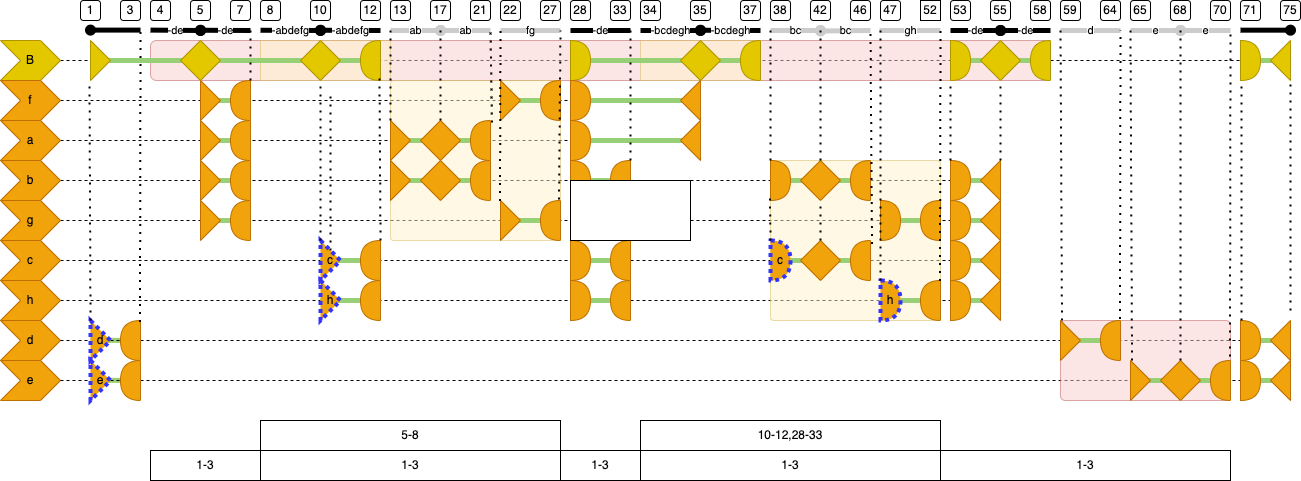
Before: tf/docs/images/variants/result.png, a diagram exported from draw.io (annotation/text-fabric). Source tidied: cells renumbered, new cells last; positions are measured from the earlier drawing's top-left corner, leaving out a move shared by most shapes.
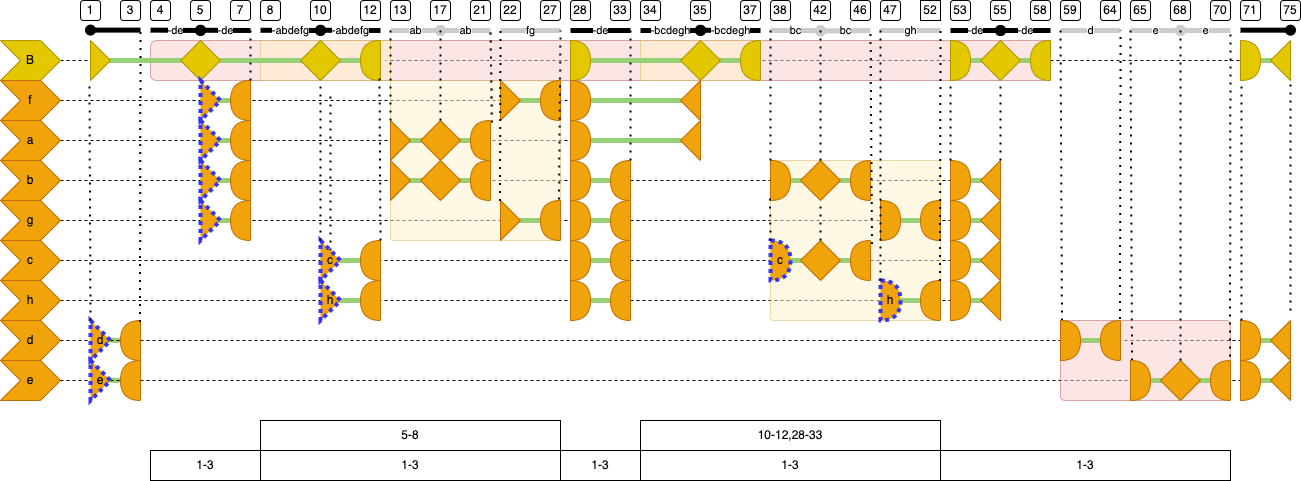
Later version of the same file.

Change to the diagram source:
```diff
@@ -69,11 +69,13 @@
     <mxCell id="20" style="endArrow=none;html=1;rounded=0;entryX=1;entryY=0.5;entryDx=0;entryDy=0;exitX=0;exitY=0.5;exitDx=0;exitDy=0;exitPerimeter=0;strokeColor=#97D077;strokeWidth=5;" parent="1" edge="1" source="176" target="172">
       <mxGeometry relative="1" as="geometry" />
     </mxCell>
-    <mxCell id="21" style="endArrow=none;html=1;rounded=0;entryX=0;entryY=0.5;entryDx=0;entryDy=0;entryPerimeter=0;exitX=0;exitY=0.5;exitDx=0;exitDy=0;strokeColor=#97D077;strokeWidth=5;" parent="1" edge="1" source="164" target="165">
+    <mxCell id="21" style="endArrow=none;html=1;rounded=0;entryX=0;entryY=0.5;entryDx=0;entryDy=0;entryPerimeter=0;exitX=0;exitY=0.5;exitDx=0;exitDy=0;strokeColor=#97D077;strokeWidth=5;startArrow=none;" parent="1" edge="1" source="229" target="165">
       <mxGeometry relative="1" as="geometry" />
     </mxCell>
-    <mxCell id="22" style="endArrow=none;html=1;rounded=0;entryX=0;entryY=0.5;entryDx=0;entryDy=0;exitX=0;exitY=0.5;exitDx=0;exitDy=0;entryPerimeter=0;strokeColor=#97D077;strokeWidth=5;" parent="1" edge="1" source="157" target="158">
-      <mxGeometry relative="1" as="geometry" />
+    <mxCell id="22" style="endArrow=none;html=1;rounded=0;entryX=0;entryY=0.5;entryDx=0;entryDy=0;exitX=0;exitY=0.5;exitDx=0;exitDy=0;entryPerimeter=0;strokeColor=#97D077;strokeWidth=5;" parent="1" edge="1" target="158">
+      <mxGeometry relative="1" as="geometry">
+        <mxPoint x="1060" y="340" as="sourcePoint" />
+      </mxGeometry>
     </mxCell>
     <mxCell id="23" style="endArrow=none;html=1;rounded=0;entryX=1;entryY=0.5;entryDx=0;entryDy=0;exitX=0;exitY=0.5;exitDx=0;exitDy=0;exitPerimeter=0;strokeColor=#97D077;strokeWidth=5;" parent="1" edge="1" source="147" target="150">
       <mxGeometry relative="1" as="geometry" />
@@ -295,16 +297,16 @@
     <mxCell id="86" style="shape=or;whiteSpace=wrap;html=1;fillColor=#f0a30a;fontColor=#000000;strokeColor=#BD7000;flipH=1;" parent="1" vertex="1">
       <mxGeometry x="540" y="200" width="20" height="40" as="geometry" />
     </mxCell>
-    <mxCell id="87" style="triangle;whiteSpace=wrap;html=1;flipH=0;fillColor=#f0a30a;fontColor=#000000;strokeColor=#BD7000;" parent="1" vertex="1">
+    <mxCell id="87" style="triangle;whiteSpace=wrap;html=1;flipH=0;fillColor=#f0a30a;fontColor=#000000;strokeColor=#3333FF;dashed=1;strokeWidth=4;dashPattern=1 1;" parent="1" vertex="1">
       <mxGeometry x="200" y="120" width="20" height="40" as="geometry" />
     </mxCell>
-    <mxCell id="88" style="triangle;whiteSpace=wrap;html=1;flipH=0;fillColor=#f0a30a;fontColor=#000000;strokeColor=#BD7000;" parent="1" vertex="1">
+    <mxCell id="88" style="triangle;whiteSpace=wrap;html=1;flipH=0;fillColor=#f0a30a;fontColor=#000000;strokeColor=#3333FF;dashed=1;strokeWidth=4;dashPattern=1 1;" parent="1" vertex="1">
       <mxGeometry x="200" y="160" width="20" height="40" as="geometry" />
     </mxCell>
-    <mxCell id="89" style="triangle;whiteSpace=wrap;html=1;flipH=0;fillColor=#f0a30a;fontColor=#000000;strokeColor=#BD7000;" parent="1" vertex="1">
+    <mxCell id="89" style="triangle;whiteSpace=wrap;html=1;flipH=0;fillColor=#f0a30a;fontColor=#000000;strokeColor=#3333FF;dashed=1;strokeWidth=4;dashPattern=1 1;" parent="1" vertex="1">
       <mxGeometry x="200" y="80" width="20" height="40" as="geometry" />
     </mxCell>
-    <mxCell id="90" style="triangle;whiteSpace=wrap;html=1;flipH=0;fillColor=#f0a30a;fontColor=#000000;strokeColor=#BD7000;" parent="1" vertex="1">
+    <mxCell id="90" style="triangle;whiteSpace=wrap;html=1;flipH=0;fillColor=#f0a30a;fontColor=#000000;strokeColor=#3333FF;dashed=1;strokeWidth=4;dashPattern=1 1;" parent="1" vertex="1">
       <mxGeometry x="200" y="200" width="20" height="40" as="geometry" />
     </mxCell>
     <mxCell id="91" style="shape=or;whiteSpace=wrap;html=1;fillColor=#f0a30a;fontColor=#000000;strokeColor=#BD7000;flipH=1;" parent="1" vertex="1">
@@ -532,9 +534,6 @@
     <mxCell id="156" value="64" style="rounded=1;whiteSpace=wrap;html=1;" parent="1" vertex="1">
       <mxGeometry x="1100" width="20" height="20" as="geometry" />
     </mxCell>
-    <mxCell id="157" style="triangle;whiteSpace=wrap;html=1;flipH=0;fillColor=#f0a30a;fontColor=#000000;strokeColor=#BD7000;" parent="1" vertex="1">
-      <mxGeometry x="1060" y="320" width="20" height="40" as="geometry" />
-    </mxCell>
     <mxCell id="158" style="shape=or;whiteSpace=wrap;html=1;fillColor=#f0a30a;fontColor=#000000;strokeColor=#BD7000;flipH=1;" parent="1" vertex="1">
       <mxGeometry x="1100" y="320" width="20" height="40" as="geometry" />
     </mxCell>
@@ -559,9 +558,6 @@
     <mxCell id="163" value="70" style="rounded=1;whiteSpace=wrap;html=1;" parent="1" vertex="1">
       <mxGeometry x="1210" width="20" height="20" as="geometry" />
     </mxCell>
-    <mxCell id="164" style="triangle;whiteSpace=wrap;html=1;flipH=0;fillColor=#f0a30a;fontColor=#000000;strokeColor=#BD7000;" parent="1" vertex="1">
-      <mxGeometry x="1130" y="360" width="20" height="40" as="geometry" />
-    </mxCell>
     <mxCell id="165" style="shape=or;whiteSpace=wrap;html=1;fillColor=#f0a30a;fontColor=#000000;strokeColor=#BD7000;flipH=1;" parent="1" vertex="1">
       <mxGeometry x="1210" y="360" width="20" height="40" as="geometry" />
     </mxCell>
@@ -688,8 +684,9 @@
     <mxCell id="194" style="endArrow=none;dashed=1;html=1;dashPattern=1 3;strokeWidth=2;rounded=0;exitX=0;exitY=0;exitDx=0;exitDy=0;exitPerimeter=0;entryX=0.5;entryY=1;entryDx=0;entryDy=0;" parent="1" edge="1" source="148" target="154">
       <mxGeometry relative="1" as="geometry" />
     </mxCell>
-    <mxCell id="195" style="endArrow=none;dashed=1;html=1;dashPattern=1 3;strokeWidth=2;rounded=0;exitX=0.075;exitY=0;exitDx=0;exitDy=0;exitPerimeter=0;" parent="1" edge="1" source="157">
+    <mxCell id="195" style="endArrow=none;dashed=1;html=1;dashPattern=1 3;strokeWidth=2;rounded=0;exitX=0.075;exitY=0;exitDx=0;exitDy=0;exitPerimeter=0;" parent="1" edge="1">
       <mxGeometry relative="1" as="geometry">
+        <mxPoint x="1061.5" y="320" as="sourcePoint" />
         <mxPoint x="1060" y="30" as="targetPoint" />
       </mxGeometry>
     </mxCell>
@@ -698,8 +695,9 @@
         <mxPoint x="1120" y="30" as="targetPoint" />
       </mxGeometry>
     </mxCell>
-    <mxCell id="197" style="endArrow=none;dashed=1;html=1;dashPattern=1 3;strokeWidth=2;rounded=0;exitX=0.075;exitY=0;exitDx=0;exitDy=0;exitPerimeter=0;" parent="1" edge="1" source="164">
+    <mxCell id="197" style="endArrow=none;dashed=1;html=1;dashPattern=1 3;strokeWidth=2;rounded=0;exitX=0.075;exitY=0;exitDx=0;exitDy=0;exitPerimeter=0;" parent="1" edge="1">
       <mxGeometry relative="1" as="geometry">
+        <mxPoint x="1131.5" y="360" as="sourcePoint" />
         <mxPoint x="1130" y="30" as="targetPoint" />
       </mxGeometry>
     </mxCell>
@@ -802,11 +800,19 @@
     <mxCell id="225" value="10-12,28-33" style="rounded=0;whiteSpace=wrap;html=1;backgroundOutline=1;" parent="1" vertex="1">
       <mxGeometry x="640" y="420" width="300" height="30" as="geometry" />
     </mxCell>
-    <mxCell id="226" style="rounded=0;whiteSpace=wrap;html=1;" parent="1" vertex="1">
-      <mxGeometry x="570" y="180" width="120" height="60" as="geometry" />
-    </mxCell>
     <mxCell id="227" value="1-3" style="rounded=0;whiteSpace=wrap;html=1;backgroundOutline=1;" parent="1" vertex="1">
       <mxGeometry x="940" y="450" width="290" height="30" as="geometry" />
     </mxCell>
+    <mxCell id="228" style="shape=or;whiteSpace=wrap;html=1;fillColor=#f0a30a;fontColor=#000000;strokeColor=#BD7000;" parent="1" vertex="1">
+      <mxGeometry x="1060" y="320" width="20" height="40" as="geometry" />
+    </mxCell>
+    <mxCell id="229" style="shape=or;whiteSpace=wrap;html=1;fillColor=#f0a30a;fontColor=#000000;strokeColor=#BD7000;" parent="1" vertex="1">
+      <mxGeometry x="1130" y="360" width="20" height="40" as="geometry" />
+    </mxCell>
+    <mxCell id="230" style="endArrow=none;html=1;rounded=0;entryX=0;entryY=0.5;entryDx=0;entryDy=0;entryPerimeter=0;exitX=0;exitY=0.5;exitDx=0;exitDy=0;strokeColor=#97D077;strokeWidth=5;" parent="1" edge="1" target="229">
+      <mxGeometry relative="1" as="geometry">
+        <mxPoint x="1130" y="380" as="sourcePoint" />
+      </mxGeometry>
+    </mxCell>
   </root>
 </mxGraphModel>
```
